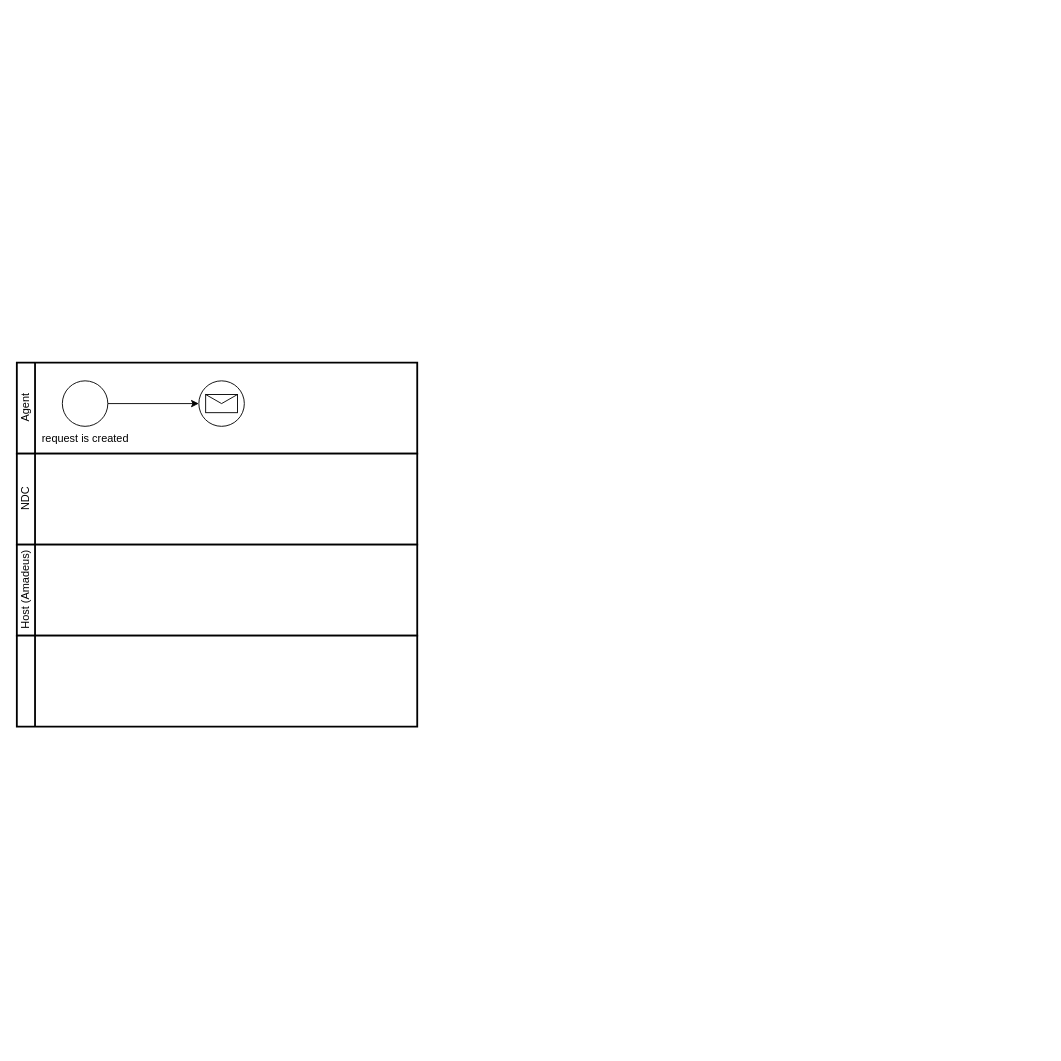
Earlier version of the draw.io diagram Untitled Diagram.drawio (cyber-zhuk/draw). Source tidied: cells renumbered, new cells numbered last; positions are measured from the earlier drawing's top-left corner, leaving out a move shared by most shapes. Both pictures are drawn from the tidied source at 91%, with x=0, y=0 at pixel (16, 362).
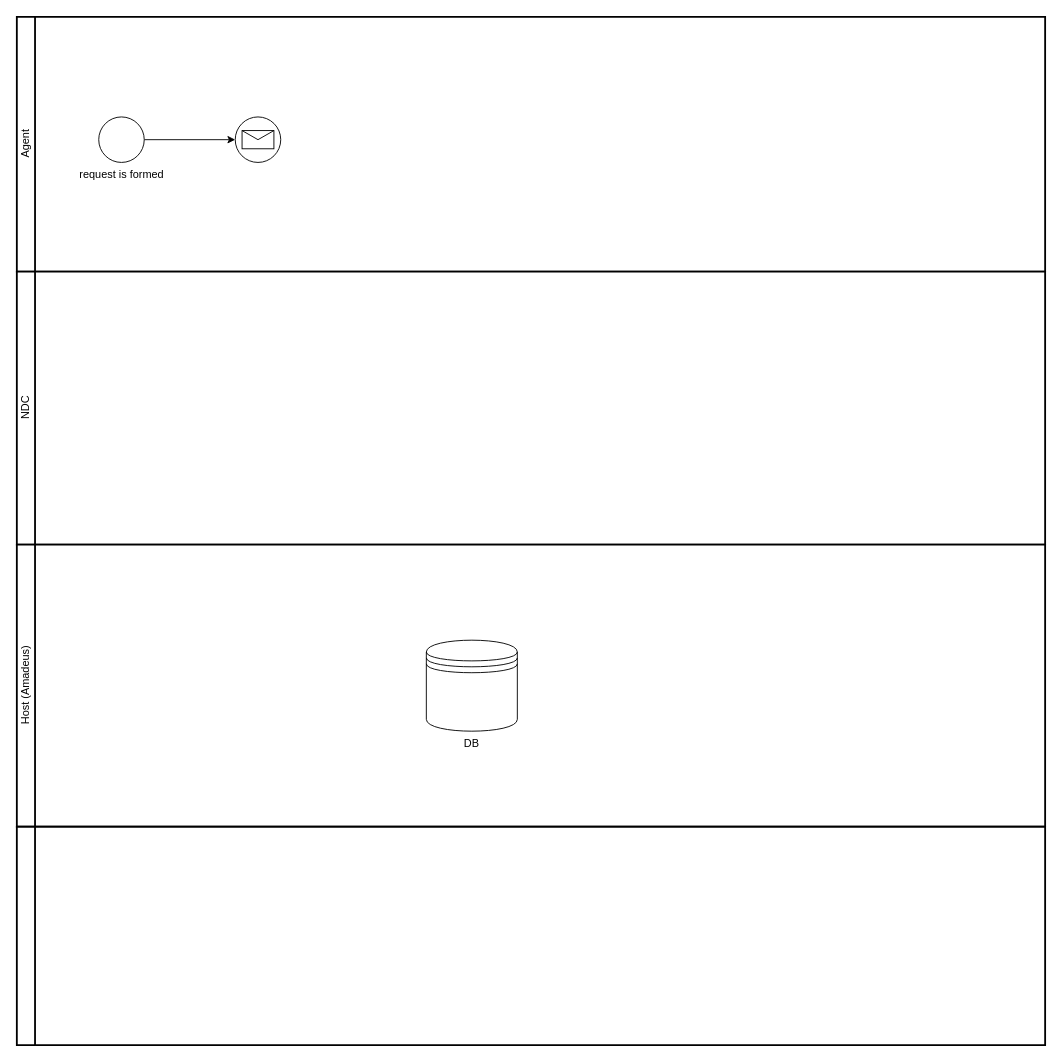
The same page after the edit.

Change to the diagram source:
```diff
@@
 <mxGraphModel>
   <root>
     <mxCell id="0" />
     <mxCell id="1" parent="0" />
     <mxCell id="2" value="Agent&lt;br&gt;" style="swimlane;html=1;startSize=20;fontStyle=0;horizontal=0;swimlaneLine=1;swimlaneFillColor=#ffffff;strokeWidth=2;" parent="1" vertex="1">
-      <mxGeometry width="440" height="100" as="geometry" />
+      <mxGeometry y="-380" width="1130" height="280" as="geometry" />
     </mxCell>
     <mxCell id="3" style="edgeStyle=orthogonalEdgeStyle;rounded=0;jettySize=auto;html=1;entryX=0;entryY=0.5;entryDx=0;entryDy=0;entryPerimeter=0;" parent="2" edge="1" source="4" target="5">
       <mxGeometry relative="1" as="geometry" />
     </mxCell>
-    <mxCell id="4" value="request is created" style="points=[[0.145,0.145,0],[0.5,0,0],[0.855,0.145,0],[1,0.5,0],[0.855,0.855,0],[0.5,1,0],[0.145,0.855,0],[0,0.5,0]];shape=mxgraph.bpmn.event;html=1;verticalLabelPosition=bottom;labelBackgroundColor=#ffffff;verticalAlign=top;align=center;perimeter=ellipsePerimeter;outlineConnect=0;outline=standard;symbol=general;" parent="2" vertex="1">
-      <mxGeometry x="50" y="20" width="50" height="50" as="geometry" />
+    <mxCell id="4" value="request is formed" style="points=[[0.145,0.145,0],[0.5,0,0],[0.855,0.145,0],[1,0.5,0],[0.855,0.855,0],[0.5,1,0],[0.145,0.855,0],[0,0.5,0]];shape=mxgraph.bpmn.event;html=1;verticalLabelPosition=bottom;labelBackgroundColor=#ffffff;verticalAlign=top;align=center;perimeter=ellipsePerimeter;outlineConnect=0;outline=standard;symbol=general;" parent="2" vertex="1">
+      <mxGeometry x="90" y="110" width="50" height="50" as="geometry" />
     </mxCell>
     <mxCell id="5" style="points=[[0.145,0.145,0],[0.5,0,0],[0.855,0.145,0],[1,0.5,0],[0.855,0.855,0],[0.5,1,0],[0.145,0.855,0],[0,0.5,0]];shape=mxgraph.bpmn.event;html=1;verticalLabelPosition=bottom;labelBackgroundColor=#ffffff;verticalAlign=top;align=center;perimeter=ellipsePerimeter;outlineConnect=0;outline=standard;symbol=message;" parent="2" vertex="1">
-      <mxGeometry x="200" y="20" width="50" height="50" as="geometry" />
+      <mxGeometry x="240" y="110" width="50" height="50" as="geometry" />
     </mxCell>
     <mxCell id="6" value="NDC" style="swimlane;html=1;startSize=20;fontStyle=0;horizontal=0;swimlaneLine=1;swimlaneFillColor=#ffffff;strokeWidth=2;" parent="1" vertex="1">
-      <mxGeometry y="100" width="440" height="100" as="geometry" />
+      <mxGeometry y="-100" width="1130" height="300" as="geometry" />
     </mxCell>
     <mxCell id="7" value="Host (Amadeus)" style="swimlane;html=1;startSize=20;fontStyle=0;horizontal=0;swimlaneLine=1;swimlaneFillColor=#ffffff;strokeWidth=2;" parent="1" vertex="1">
-      <mxGeometry y="200" width="440" height="100" as="geometry" />
+      <mxGeometry y="200" width="1130" height="310" as="geometry" />
     </mxCell>
+    <mxCell id="9" value="DB" style="shape=datastore;whiteSpace=wrap;html=1;labelPosition=center;verticalLabelPosition=bottom;align=center;verticalAlign=top;" parent="7" vertex="1">
+      <mxGeometry x="450" y="105" width="100" height="100" as="geometry" />
+    </mxCell>
     <mxCell id="8" style="swimlane;html=1;startSize=20;fontStyle=0;horizontal=0;swimlaneLine=1;swimlaneFillColor=#ffffff;strokeWidth=2;" parent="1" vertex="1">
-      <mxGeometry y="300" width="440" height="100" as="geometry" />
+      <mxGeometry y="510" width="1130" height="240" as="geometry" />
     </mxCell>
   </root>
 </mxGraphModel>
```
